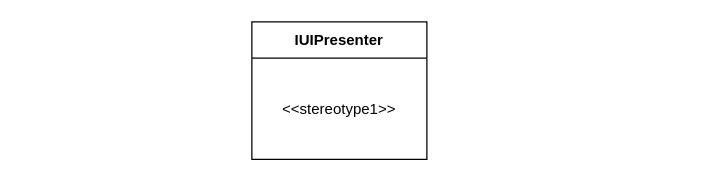
The draw.io diagram page "IUIPresenter" (9 of 9) of Diagram.drawio in ClapJeong/LRGame, before the edit. Source tidied: cells renumbered, new cells numbered last; positions are measured from the earlier drawing's top-left corner, leaving out a move shared by most shapes. Both pictures are drawn from the tidied source at 125%, with x=0, y=0 at pixel (251, 21).
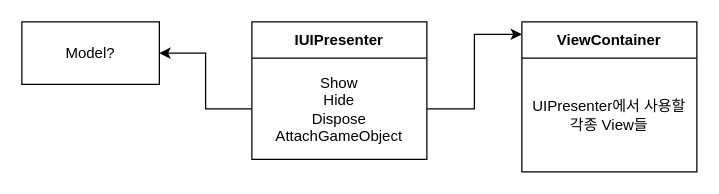
Above is the later version.

What changed in the source:
```diff
@@
 <mxGraphModel>
   <root>
     <mxCell id="0" />
     <mxCell id="1" parent="0" />
     <mxCell id="2" value="IUIPresenter" style="swimlane;fontStyle=1;align=center;verticalAlign=middle;horizontal=1;startSize=29;html=1;whiteSpace=wrap;" parent="1" vertex="1">
       <mxGeometry width="140" height="110" as="geometry" />
     </mxCell>
-    <mxCell id="3" value="&amp;lt;&amp;lt;stereotype1&amp;gt;&amp;gt;" style="text;html=1;strokeColor=none;fillColor=none;align=center;verticalAlign=middle;spacingLeft=4;spacingRight=4;overflow=hidden;points=[[0,0.5],[1,0.5]];portConstraint=eastwest;whiteSpace=wrap;" parent="2" vertex="1">
+    <mxCell id="3" value="Show&lt;div&gt;Hide&lt;/div&gt;&lt;div&gt;Dispose&lt;/div&gt;&lt;div&gt;AttachGameObject&lt;/div&gt;" style="text;html=1;strokeColor=none;fillColor=none;align=center;verticalAlign=middle;spacingLeft=4;spacingRight=4;overflow=hidden;points=[[0,0.5],[1,0.5]];portConstraint=eastwest;whiteSpace=wrap;" parent="2" vertex="1">
       <mxGeometry y="29" width="140" height="81" as="geometry" />
     </mxCell>
+    <mxCell id="4" value="Model?" style="html=1;whiteSpace=wrap;" parent="1" vertex="1">
+      <mxGeometry x="-184" width="110" height="50" as="geometry" />
+    </mxCell>
+    <mxCell id="5" style="edgeStyle=orthogonalEdgeStyle;rounded=0;jettySize=auto;html=1;exitX=0;exitY=0.5;exitDx=0;exitDy=0;entryX=1;entryY=0.5;entryDx=0;entryDy=0;" parent="1" edge="1" source="3" target="4">
+      <mxGeometry relative="1" as="geometry" />
+    </mxCell>
+    <mxCell id="6" value="ViewContainer" style="swimlane;fontStyle=1;align=center;verticalAlign=middle;horizontal=1;startSize=29;html=1;whiteSpace=wrap;" parent="1" vertex="1">
+      <mxGeometry x="216" width="140" height="120" as="geometry" />
+    </mxCell>
+    <mxCell id="7" value="UIPresenter에서 사용할 각종 View들" style="text;html=1;strokeColor=none;fillColor=none;align=center;verticalAlign=middle;spacingLeft=4;spacingRight=4;overflow=hidden;whiteSpace=wrap;" parent="6" vertex="1">
+      <mxGeometry y="29" width="140" height="91" as="geometry" />
+    </mxCell>
+    <mxCell id="8" style="edgeStyle=orthogonalEdgeStyle;rounded=0;jettySize=auto;html=1;exitX=1;exitY=0.5;exitDx=0;exitDy=0;entryX=0;entryY=0.083;entryDx=0;entryDy=0;entryPerimeter=0;" parent="1" edge="1" source="3" target="6">
+      <mxGeometry relative="1" as="geometry" />
+    </mxCell>
   </root>
 </mxGraphModel>
```
